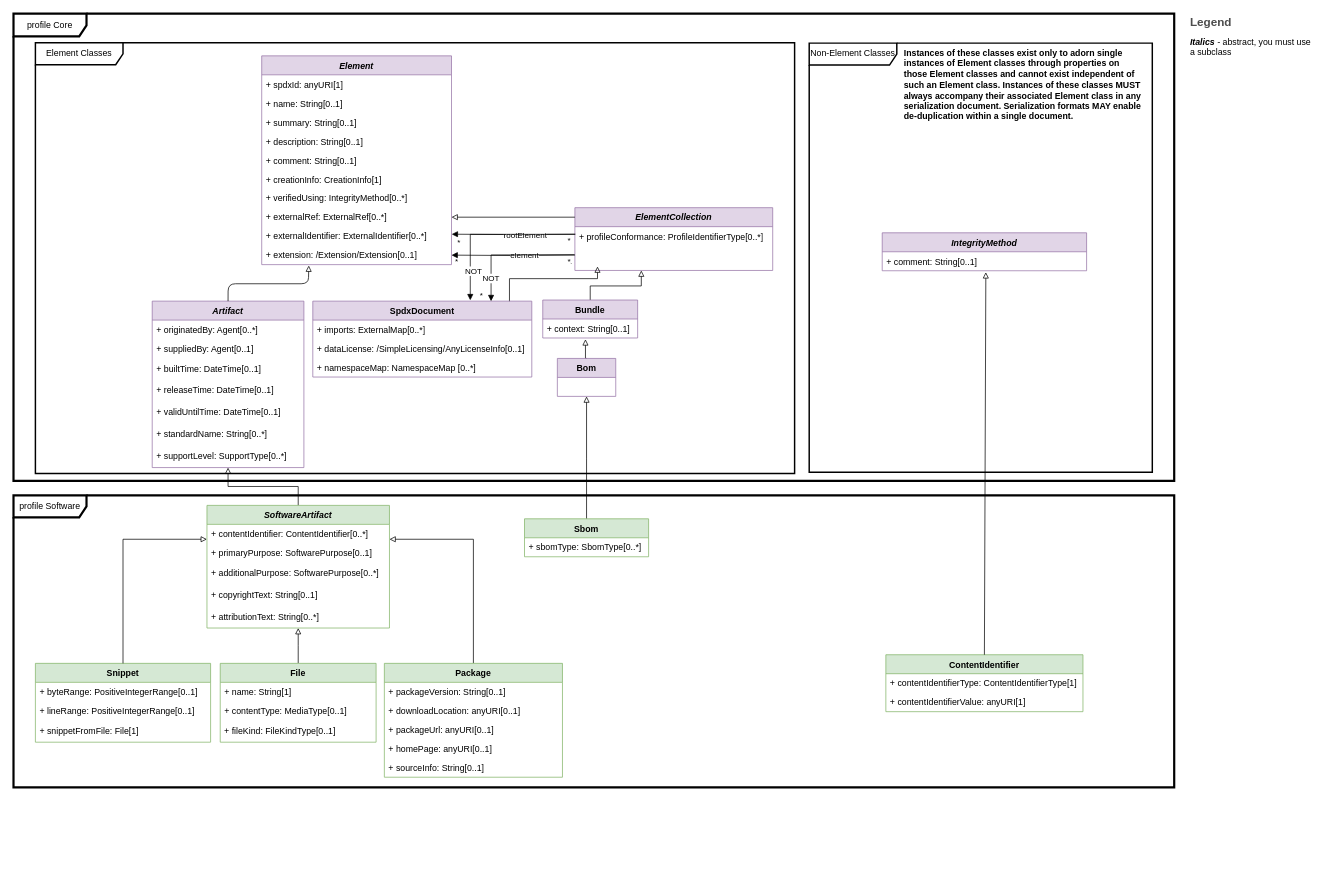
This is page "Software" (3 of 11) of model.drawio from spdx/spdx-3-model, a draw.io file, before an edit. Source tidied: cells renumbered, new cells numbered last; positions are measured from the earlier drawing's top-left corner, leaving out a move shared by most shapes. Both pictures are drawn from the tidied source at 73%, with x=0, y=0 at pixel (13, 13).
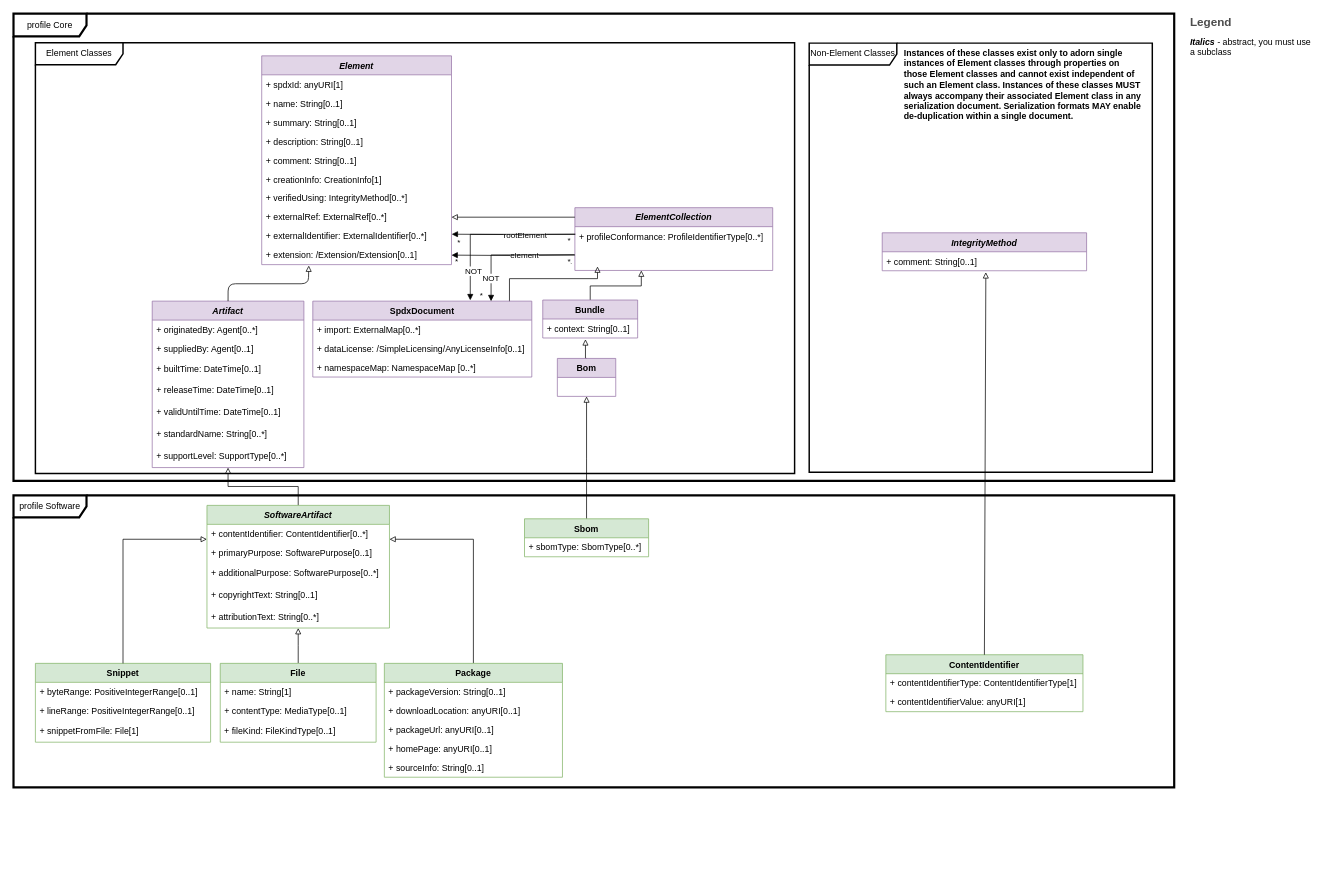
Above is the later version.

The change refers to these unchanged cells:
```xml
<mxCell id="65" value="SpdxDocument" style="swimlane;fontStyle=1;horizontal=1;startSize=26;fillColor=#e1d5e7;strokeColor=#9673a6;" parent="1" vertex="1">
  <mxGeometry x="410" y="394" width="300" height="104" as="geometry" />
</mxCell>
```

The edit, as a diff of the source:
```diff
@@
-    <mxCell id="66" value="+ imports: ExternalMap[0..*]" style="text;strokeColor=none;fillColor=none;align=left;verticalAlign=top;spacingLeft=4;spacingRight=4;overflow=hidden;whiteSpace=wrap;html=1;" parent="65" vertex="1">
+    <mxCell id="66" value="+ import: ExternalMap[0..*]" style="text;strokeColor=none;fillColor=none;align=left;verticalAlign=top;spacingLeft=4;spacingRight=4;overflow=hidden;whiteSpace=wrap;html=1;" parent="65" vertex="1">
       <mxGeometry y="26" width="300" height="26" as="geometry" />
     </mxCell>
```
